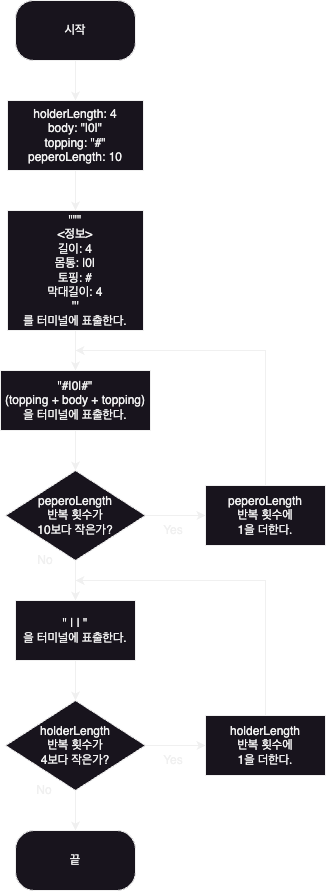
The draw.io diagram CodeStarterCamp_Week1/week1_step3_flowchart.png in yagom-academy/swift-starter-Round1, before a commit. Source tidied: cells renumbered, new cells last; positions are measured from the earlier drawing's top-left corner, leaving out a move shared by most shapes.
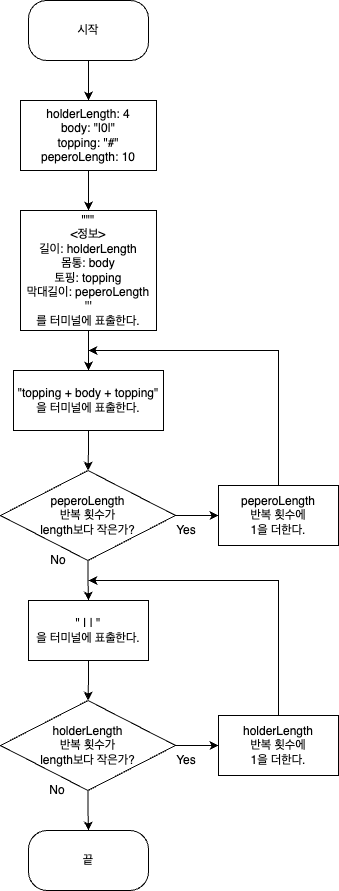
The same file after the commit.

Commit message:
docs: 순서도 파일 수정

기존에는 자세하게 나와있던 인자값을 간단하게 파라미터 이름으로 수정함

Change to the diagram source:
```diff
@@ -20,7 +20,7 @@
     <mxCell id="7" style="edgeStyle=orthogonalEdgeStyle;rounded=0;jettySize=auto;html=1;entryX=0.5;entryY=0;entryDx=0;entryDy=0;" parent="1" edge="1" source="8" target="13">
       <mxGeometry relative="1" as="geometry" />
     </mxCell>
-    <mxCell id="8" value="&quot;&quot;&quot;&lt;br&gt;&amp;lt;정보&amp;gt;&lt;br&gt;길이: 4&lt;br&gt;몸통: |0|&lt;br&gt;토핑: #&lt;br&gt;막대길이: 4&lt;br&gt;'''&lt;br&gt;를 터미널에 표출한다." style="rounded=0;whiteSpace=wrap;html=1;" parent="1" vertex="1">
+    <mxCell id="8" value="&quot;&quot;&quot;&lt;br&gt;&amp;lt;정보&amp;gt;&lt;br&gt;길이: holderLength&lt;br&gt;몸통: body&lt;br&gt;토핑: topping&lt;br&gt;막대길이: peperoLength&lt;br&gt;'''&lt;br&gt;를 터미널에 표출한다." style="rounded=0;whiteSpace=wrap;html=1;" parent="1" vertex="1">
       <mxGeometry x="7" y="210" width="136" height="120" as="geometry" />
     </mxCell>
     <mxCell id="9" style="edgeStyle=orthogonalEdgeStyle;rounded=0;jettySize=auto;html=1;entryX=0;entryY=0.5;entryDx=0;entryDy=0;" parent="1" edge="1" source="11" target="15">
@@ -29,13 +29,13 @@
     <mxCell id="10" style="edgeStyle=orthogonalEdgeStyle;rounded=0;jettySize=auto;html=1;entryX=0.5;entryY=0;entryDx=0;entryDy=0;" parent="1" edge="1" source="11" target="17">
       <mxGeometry relative="1" as="geometry" />
     </mxCell>
-    <mxCell id="11" value="peperoLength&lt;br&gt;반복 횟수가&lt;br&gt;10보다 작은가?" style="rhombus;whiteSpace=wrap;html=1;" parent="1" vertex="1">
-      <mxGeometry x="5" y="470" width="140" height="90" as="geometry" />
+    <mxCell id="11" value="peperoLength&lt;br&gt;반복 횟수가&lt;br&gt;length보다 작은가?" style="rhombus;whiteSpace=wrap;html=1;" parent="1" vertex="1">
+      <mxGeometry x="-13" y="470" width="175" height="90" as="geometry" />
     </mxCell>
     <mxCell id="12" style="edgeStyle=orthogonalEdgeStyle;rounded=0;jettySize=auto;html=1;entryX=0.5;entryY=0;entryDx=0;entryDy=0;" parent="1" edge="1" source="13" target="11">
       <mxGeometry relative="1" as="geometry" />
     </mxCell>
-    <mxCell id="13" value="&quot;#|0|#&quot;&lt;br&gt;(topping + body + topping)&lt;br&gt;을 터미널에 표출한다." style="rounded=0;whiteSpace=wrap;html=1;" parent="1" vertex="1">
+    <mxCell id="13" value="&quot;topping + body + topping&quot;&lt;br&gt;을 터미널에 표출한다." style="rounded=0;whiteSpace=wrap;html=1;" parent="1" vertex="1">
       <mxGeometry y="370" width="150" height="60" as="geometry" />
     </mxCell>
     <mxCell id="14" style="edgeStyle=orthogonalEdgeStyle;rounded=0;jettySize=auto;html=1;exitX=0.5;exitY=0;exitDx=0;exitDy=0;" parent="1" edge="1" source="15">
@@ -61,8 +61,8 @@
     <mxCell id="19" style="edgeStyle=orthogonalEdgeStyle;rounded=0;jettySize=auto;html=1;entryX=0;entryY=0.5;entryDx=0;entryDy=0;" parent="1" edge="1" source="20" target="21">
       <mxGeometry relative="1" as="geometry" />
     </mxCell>
-    <mxCell id="20" value="holderLength&lt;br&gt;반복 횟수가&lt;br&gt;4보다 작은가?" style="rhombus;whiteSpace=wrap;html=1;" parent="1" vertex="1">
-      <mxGeometry x="5" y="700" width="140" height="90" as="geometry" />
+    <mxCell id="20" value="holderLength&lt;br&gt;반복 횟수가&lt;br&gt;length보다 작은가?" style="rhombus;whiteSpace=wrap;html=1;" parent="1" vertex="1">
+      <mxGeometry x="-13" y="700" width="175" height="90" as="geometry" />
     </mxCell>
     <mxCell id="21" value="holderLength&lt;br&gt;반복 횟수에&lt;br&gt;1을 더한다." style="rounded=0;whiteSpace=wrap;html=1;" parent="1" vertex="1">
       <mxGeometry x="205" y="715" width="120" height="60" as="geometry" />
```
